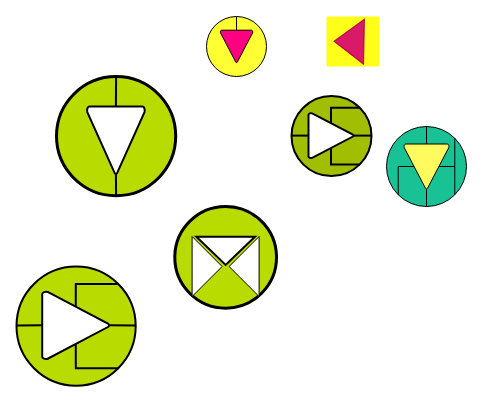
Above: page "logo" (2 of 2) of misc/flow_diagrams.drawio in escamoteur/flutter_command (draw.io), before the change. Source tidied: cells renumbered, new cells numbered last; positions are measured from the earlier drawing's top-left corner, leaving out a move shared by most shapes. Both pictures are drawn from the tidied source at 100%, with x=0, y=0 at pixel (16, 16).
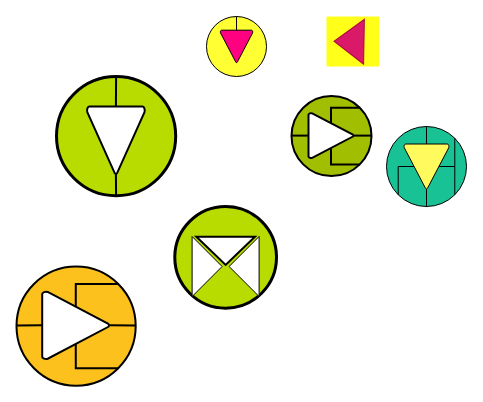
The same page after the edit.

The change refers to these unchanged cells:
```xml
<mxCell id="28" style="group;" parent="1" vertex="1">
  <mxGeometry y="250" width="120" height="119.2" as="geometry" />
</mxCell>
```

Change to the diagram source:
```diff
@@
-    <mxCell id="29" style="ellipse;whiteSpace=wrap;html=1;strokeWidth=2;rotation=-90;fillColor=#B9DC00;" parent="28" vertex="1">
+    <mxCell id="29" style="ellipse;whiteSpace=wrap;html=1;strokeWidth=2;rotation=-90;fillColor=#fcc11c;" parent="28" vertex="1">
       <mxGeometry width="119.2" height="119.2" as="geometry" />
     </mxCell>
```
